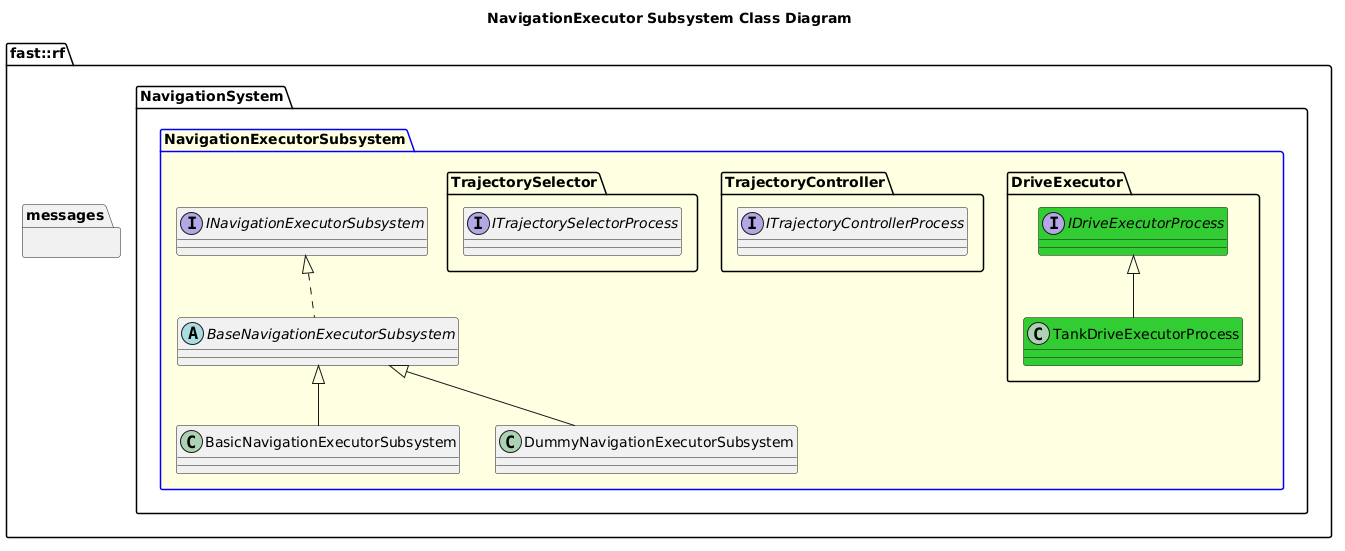
Earlier version of the PlantUML export Systems/Navigation/Subsystems/NavigationExecutor/doc/puml/NavigationExecutorSubsystemClassDiagram.png (fastrobotics/robot_framework).
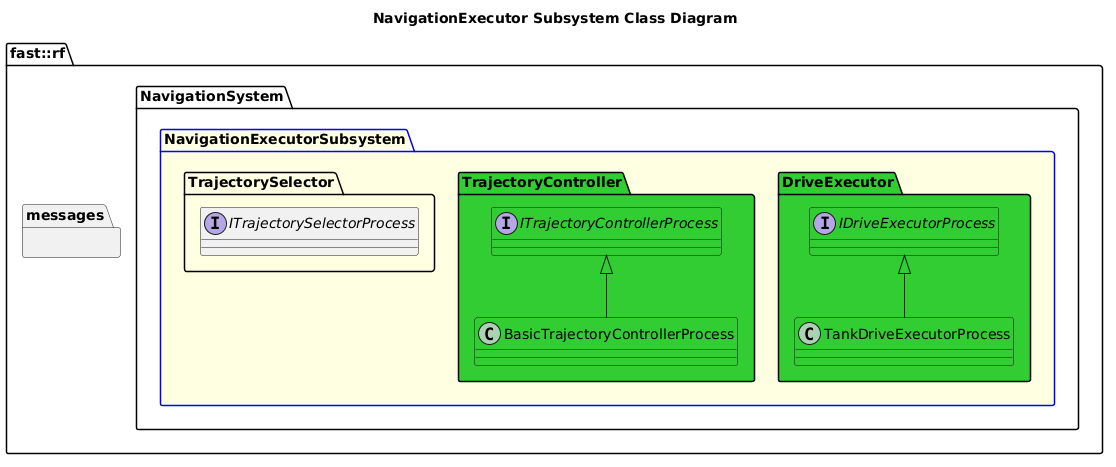
The same diagram one commit later.

What changed in the source:
```diff
@@ -5,26 +5,15 @@
   }
   namespace NavigationSystem {
     package NavigationExecutorSubsystem #LightYellow;line:blue {
-      interface INavigationExecutorSubsystem {
-
-      }
-      abstract BaseNavigationExecutorSubsystem {
-
-      }
-      BaseNavigationExecutorSubsystem .up.|> INavigationExecutorSubsystem
-      class BasicNavigationExecutorSubsystem {
-      }
-      BasicNavigationExecutorSubsystem -up-|> BaseNavigationExecutorSubsystem
-      class DummyNavigationExecutorSubsystem {
-      }
-      DummyNavigationExecutorSubsystem -up-|> BaseNavigationExecutorSubsystem
-      namespace DriveExecutor {
+      namespace DriveExecutor #LimeGreen {
         interface IDriveExecutorProcess #LimeGreen
         class TankDriveExecutorProcess #LimeGreen
         TankDriveExecutorProcess -up-|> IDriveExecutorProcess
       }
-      namespace TrajectoryController {
-        interface ITrajectoryControllerProcess
+      namespace TrajectoryController #LimeGreen {
+        interface ITrajectoryControllerProcess #LimeGreen
+        class BasicTrajectoryControllerProcess #LimeGreen
+        BasicTrajectoryControllerProcess -up-|> ITrajectoryControllerProcess
       }
       namespace TrajectorySelector {
         interface ITrajectorySelectorProcess
```
